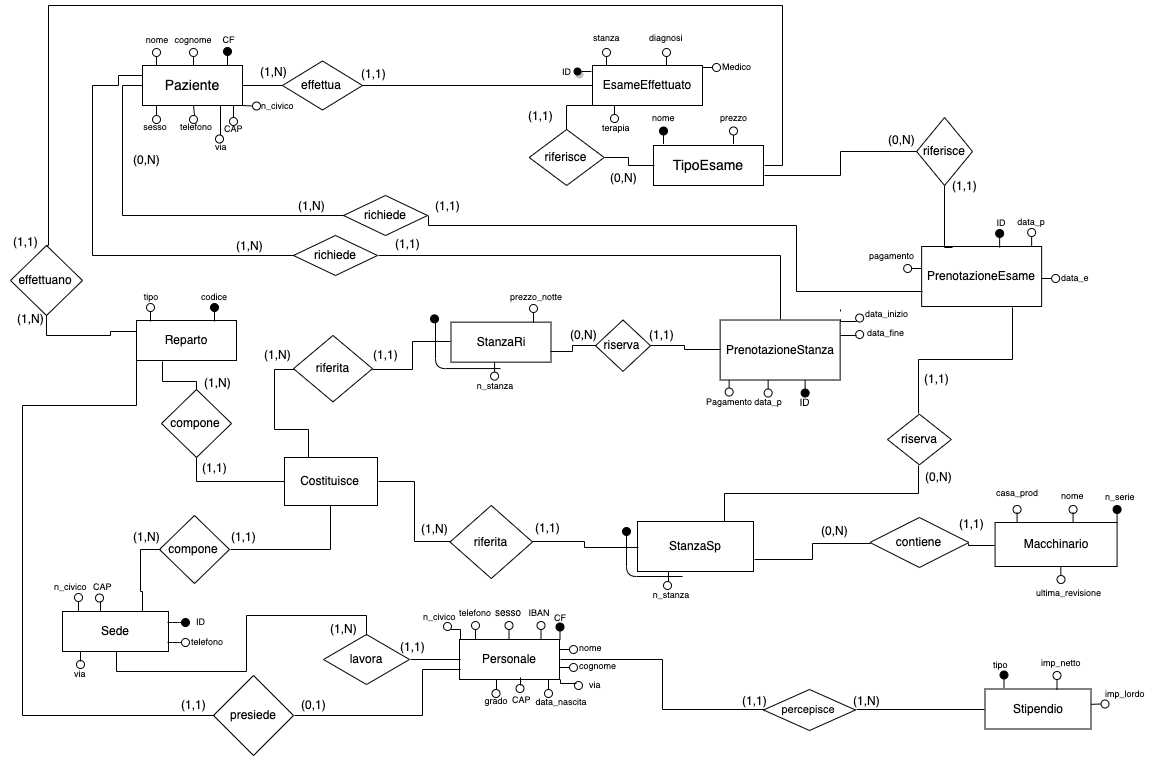
This is img/SchemaLogico.png from MatteoMiotello/Clinica, a draw.io export, as it was before one commit. Source tidied: cells renumbered, new cells last; positions are measured from the earlier drawing's top-left corner, leaving out a move shared by most shapes.
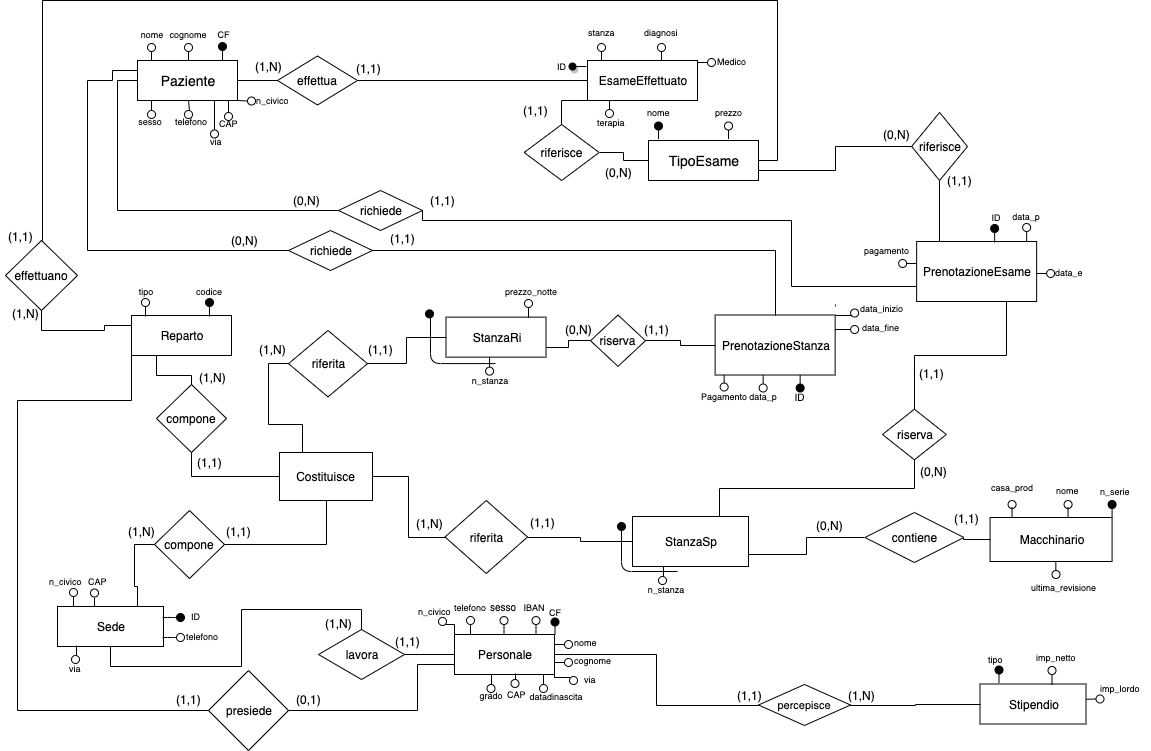
The same file after the commit.

Diff of the diagram source:
```diff
@@ -419,7 +419,7 @@
     <mxCell id="112" style="ellipse;whiteSpace=wrap;html=1;" parent="1" vertex="1">
       <mxGeometry x="539" y="684" width="8" height="8" as="geometry" />
     </mxCell>
-    <mxCell id="113" value="&lt;font style=&quot;font-size: 9px&quot;&gt;data_nascita&lt;/font&gt;" style="text;html=1;strokeColor=none;fillColor=none;align=center;verticalAlign=middle;whiteSpace=wrap;rounded=0;" parent="1" vertex="1">
+    <mxCell id="113" value="&lt;font style=&quot;font-size: 9px&quot;&gt;datadinascita&lt;br&gt;&lt;/font&gt;" style="text;html=1;strokeColor=none;fillColor=none;align=center;verticalAlign=middle;whiteSpace=wrap;rounded=0;" parent="1" vertex="1">
       <mxGeometry x="515.5" y="685" width="80" height="20" as="geometry" />
     </mxCell>
     <mxCell id="114" style="endArrow=none;html=1;fontSize=9;" parent="1" edge="1">
@@ -537,9 +537,6 @@
     <mxCell id="142" value="(1,1)" style="text;html=1;align=center;verticalAlign=middle;" parent="1" vertex="1">
       <mxGeometry x="348" y="58" width="40" height="20" as="geometry" />
     </mxCell>
-    <mxCell id="143" value="(0,N)" style="text;html=1;align=center;verticalAlign=middle;" parent="1" vertex="1">
-      <mxGeometry x="121" y="144" width="40" height="20" as="geometry" />
-    </mxCell>
     <mxCell id="144" value="(1,1)" style="text;html=1;align=center;verticalAlign=middle;" parent="1" vertex="1">
       <mxGeometry x="422" y="190" width="40" height="20" as="geometry" />
     </mxCell>
@@ -841,7 +838,7 @@
     <mxCell id="223" value="(1,1)" style="text;html=1;align=center;verticalAlign=middle;" parent="1" vertex="1">
       <mxGeometry x="382" y="228" width="40" height="20" as="geometry" />
     </mxCell>
-    <mxCell id="224" value="(1,N)" style="text;html=1;align=center;verticalAlign=middle;" parent="1" vertex="1">
+    <mxCell id="224" value="(0,N)" style="text;html=1;align=center;verticalAlign=middle;" parent="1" vertex="1">
       <mxGeometry x="286" y="190" width="40" height="20" as="geometry" />
     </mxCell>
     <mxCell id="225" style="endArrow=none;html=1;" parent="1" edge="1">
@@ -864,7 +861,7 @@
     <mxCell id="229" value="richiede" style="shape=rhombus;perimeter=rhombusPerimeter;whiteSpace=wrap;html=1;align=center;fillColor=none;" parent="1" vertex="1">
       <mxGeometry x="288" y="230" width="84" height="40" as="geometry" />
     </mxCell>
-    <mxCell id="230" value="(1,N)" style="text;html=1;align=center;verticalAlign=middle;" parent="1" vertex="1">
+    <mxCell id="230" value="(0,N)" style="text;html=1;align=center;verticalAlign=middle;" parent="1" vertex="1">
       <mxGeometry x="224" y="230" width="40" height="20" as="geometry" />
     </mxCell>
     <mxCell id="231" value="(1,1)" style="text;html=1;align=center;verticalAlign=middle;" parent="1" vertex="1">
```
